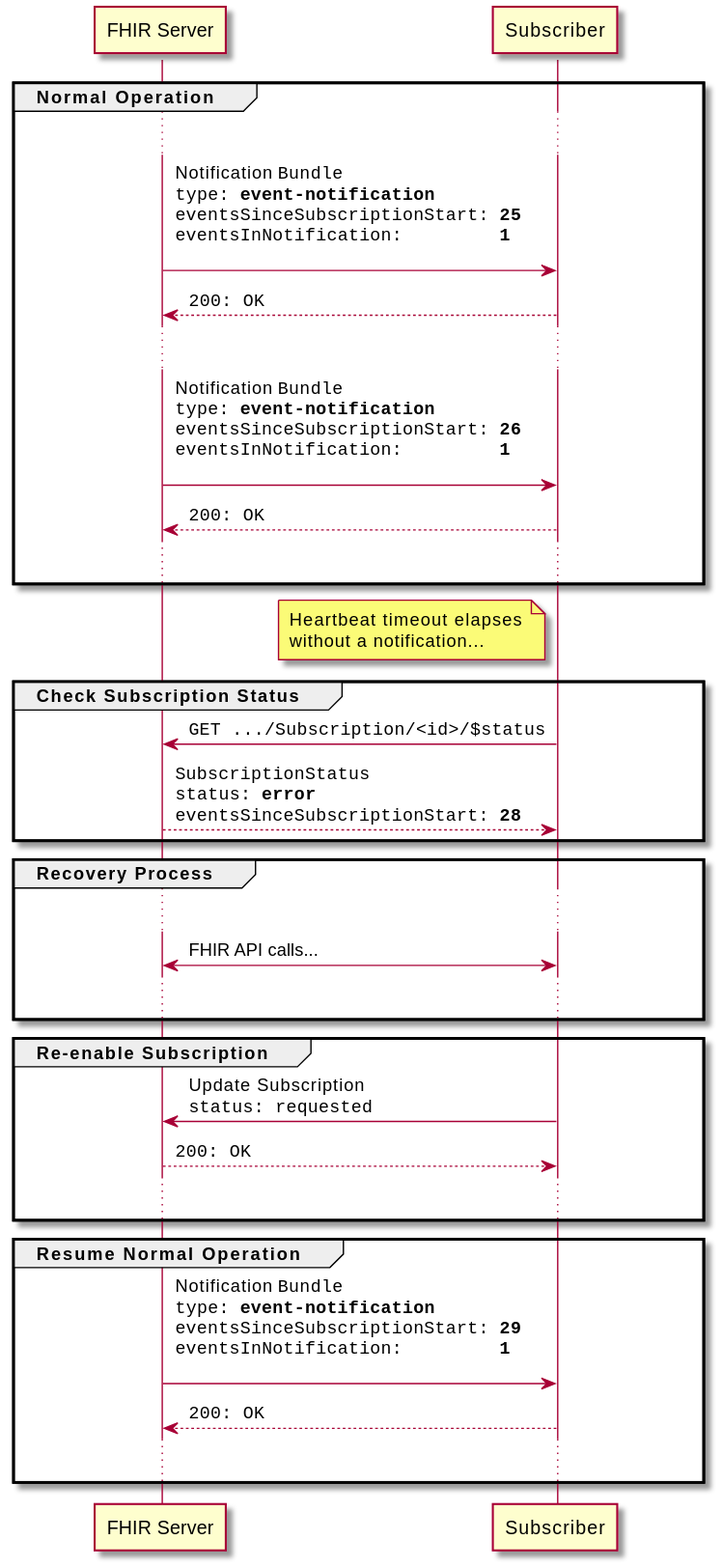
HL7/fhir keeps this PlantUML diagram as images/subscriptions/subscription-error-no-communication.svg. Above is the earlier version.
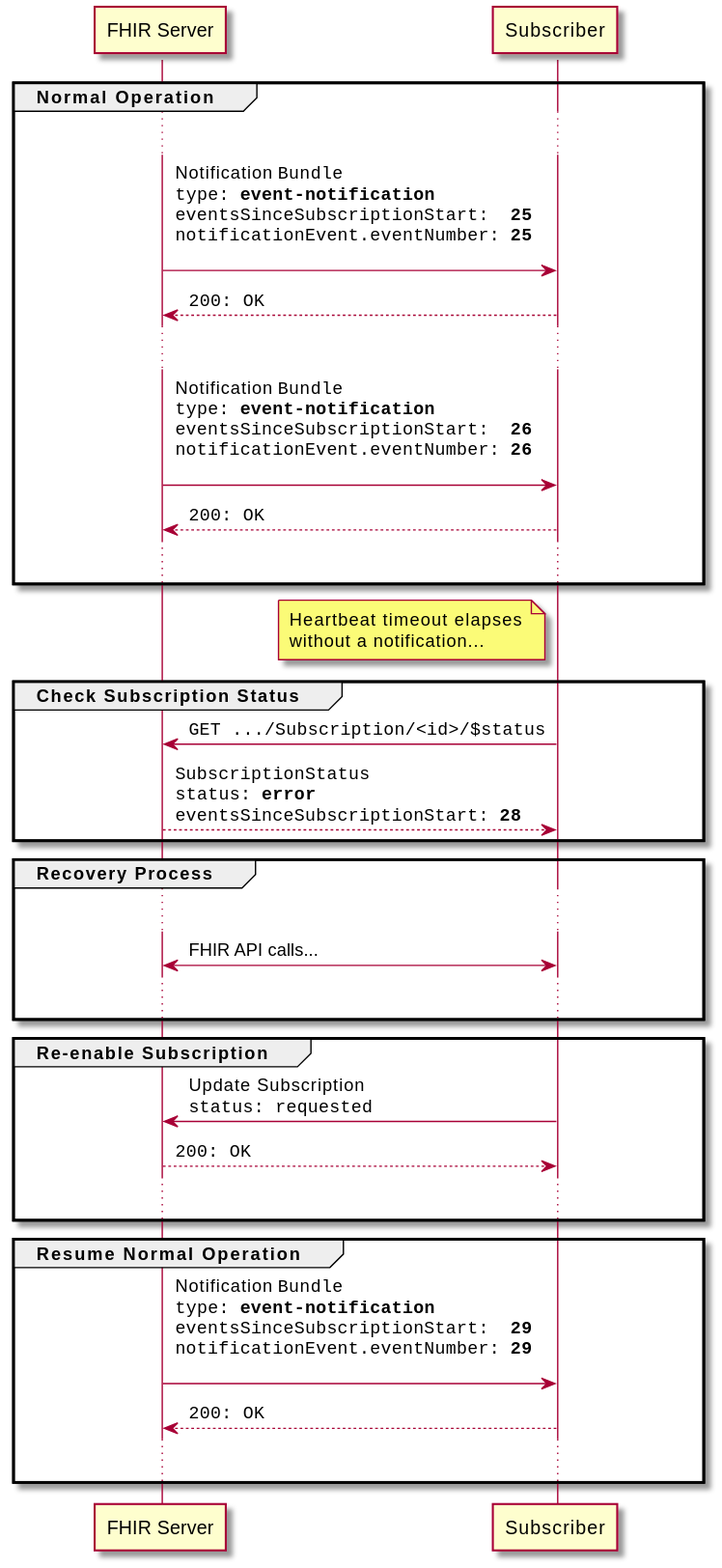
After the commit.

Commit message:
Updating diagrams based on model changes.

What changed in the source:
```diff
@@ -9,10 +9,10 @@
 
 group Normal Operation
   ...
-  S -> C: Notification ""Bundle""\n""type: **event-notification**""\n""eventsSinceSubscriptionStart: **25**""\n""eventsInNotification:         **1**""\n
+  S -> C: Notification ""Bundle""\n""type: **event-notification**""\n""eventsSinceSubscriptionStart:  **25**""\n""notificationEvent.eventNumber: **25**""\n
   return ""200: OK""
   ...
-  S -> C: Notification ""Bundle""\n""type: **event-notification**""\n""eventsSinceSubscriptionStart: **26**""\n""eventsInNotification:         **1**""\n
+  S -> C: Notification ""Bundle""\n""type: **event-notification**""\n""eventsSinceSubscriptionStart:  **26**""\n""notificationEvent.eventNumber: **26**""\n
   return ""200: OK""
   ...
 end
@@ -40,7 +40,7 @@
 end
 
 group Resume Normal Operation
-  S -> C: Notification ""Bundle""\n""type: **event-notification**""\n""eventsSinceSubscriptionStart: **29**""\n""eventsInNotification:         **1**""\n
+  S -> C: Notification ""Bundle""\n""type: **event-notification**""\n""eventsSinceSubscriptionStart:  **29**""\n""notificationEvent.eventNumber: **29**""\n
   return ""200: OK""
   ...
 end
```
